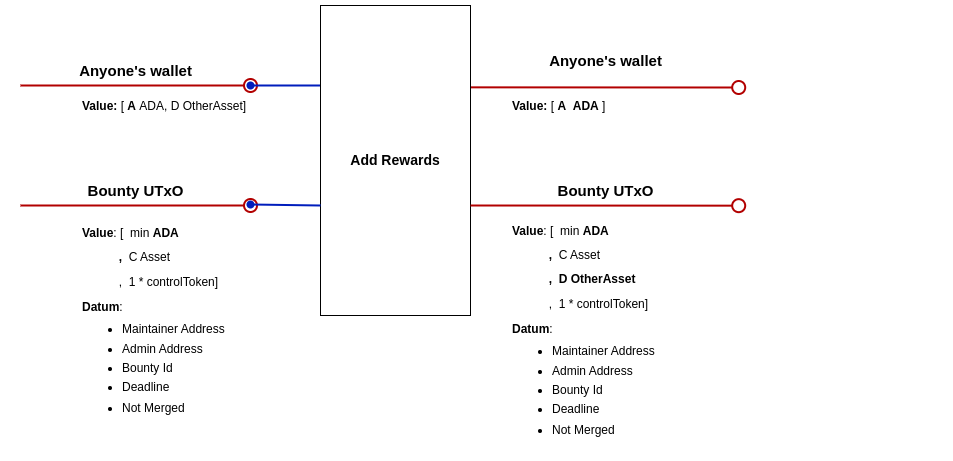
Earlier version of the draw.io export docs/img/addRewards.png (githoney-io/githoney-smart-contract). Source tidied: cells renumbered, new cells last; positions are measured from the earlier drawing's top-left corner, leaving out a move shared by most shapes.
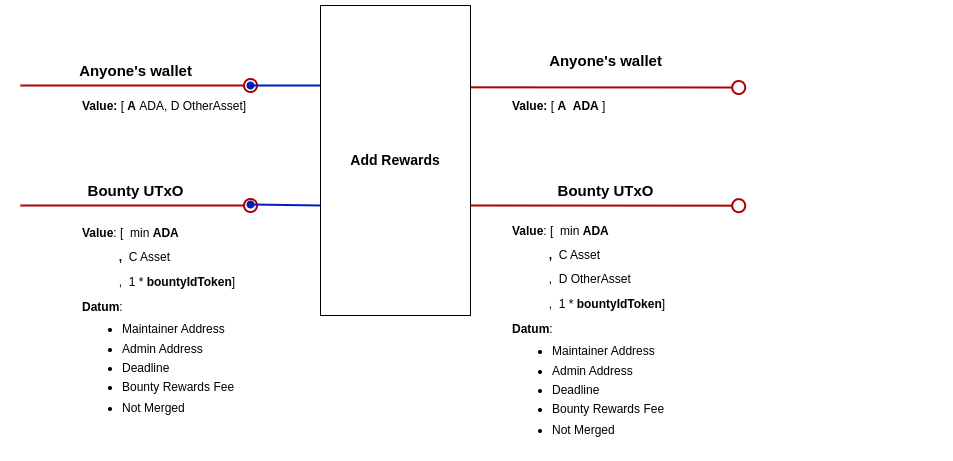
The same diagram one commit later.

Change to the diagram source:
```diff
@@ -41,7 +41,7 @@
         <mxPoint x="718.2" y="200.2" as="targetPoint" />
       </mxGeometry>
     </mxCell>
-    <mxCell id="11" value="&lt;p style=&quot;line-height: 100%;&quot;&gt;&lt;b&gt;Value&lt;/b&gt;: [&amp;nbsp; min&lt;b&gt;&amp;nbsp;ADA&lt;/b&gt;&lt;/p&gt;&lt;p style=&quot;line-height: 100%;&quot;&gt;&lt;b&gt;&lt;span style=&quot;white-space: pre;&quot;&gt;&#9;&lt;/span&gt;&amp;nbsp; &amp;nbsp;,&amp;nbsp; &lt;/b&gt;C Asset&lt;br&gt;&lt;/p&gt;&lt;span style=&quot;background-color: initial;&quot;&gt;&amp;nbsp; &amp;nbsp; &amp;nbsp; &amp;nbsp; &amp;nbsp; &amp;nbsp;,&amp;nbsp; 1 * controlToken&lt;/span&gt;&lt;span style=&quot;background-color: initial;&quot;&gt;]&amp;nbsp;&lt;/span&gt;&lt;div&gt;&lt;p style=&quot;line-height: 100%;&quot;&gt;&lt;b&gt;Datum&lt;/b&gt;:&lt;/p&gt;&lt;ul style=&quot;line-height: 80%;&quot;&gt;&lt;li&gt;Maintainer Address&lt;/li&gt;&lt;br&gt;&lt;li&gt;Admin Address&amp;nbsp; &lt;br&gt;&lt;br&gt;&lt;/li&gt;&lt;li&gt;Bounty Id&lt;br&gt;&amp;nbsp; &amp;nbsp; &amp;nbsp;&lt;/li&gt;&lt;li&gt;Deadline&lt;/li&gt;&lt;/ul&gt;&lt;ul style=&quot;line-height: 80%;&quot;&gt;&lt;li&gt;Not Merged&lt;br&gt;&lt;/li&gt;&lt;/ul&gt;&lt;p&gt;&lt;/p&gt;&lt;/div&gt;" style="text;html=1;strokeColor=none;fillColor=none;align=left;verticalAlign=middle;whiteSpace=wrap;rounded=0;" parent="1" vertex="1">
+    <mxCell id="11" value="&lt;p style=&quot;line-height: 100%;&quot;&gt;&lt;b&gt;Value&lt;/b&gt;: [&amp;nbsp; min&lt;b&gt;&amp;nbsp;ADA&lt;/b&gt;&lt;/p&gt;&lt;p style=&quot;line-height: 100%;&quot;&gt;&lt;b&gt;&lt;span style=&quot;white-space: pre;&quot;&gt;&#9;&lt;/span&gt;&amp;nbsp; &amp;nbsp;,&amp;nbsp; &lt;/b&gt;C Asset&lt;br&gt;&lt;/p&gt;&lt;span style=&quot;background-color: initial;&quot;&gt;&amp;nbsp; &amp;nbsp; &amp;nbsp; &amp;nbsp; &amp;nbsp; &amp;nbsp;,&amp;nbsp; 1 *&amp;nbsp;&lt;/span&gt;&lt;b style=&quot;text-align: center;&quot;&gt;bountyIdToken&lt;/b&gt;&lt;span style=&quot;background-color: initial;&quot;&gt;]&amp;nbsp;&lt;/span&gt;&lt;div&gt;&lt;p style=&quot;line-height: 100%;&quot;&gt;&lt;b&gt;Datum&lt;/b&gt;:&lt;/p&gt;&lt;ul style=&quot;line-height: 80%;&quot;&gt;&lt;li&gt;Maintainer Address&lt;/li&gt;&lt;br&gt;&lt;li&gt;Admin Address&amp;nbsp; &lt;br&gt;&amp;nbsp; &amp;nbsp; &amp;nbsp;&lt;br&gt;&lt;/li&gt;&lt;li&gt;Deadline&lt;br&gt;&lt;br&gt;&lt;/li&gt;&lt;li&gt;Bounty Rewards Fee&lt;/li&gt;&lt;/ul&gt;&lt;ul style=&quot;line-height: 80%;&quot;&gt;&lt;li&gt;Not Merged&lt;br&gt;&lt;/li&gt;&lt;/ul&gt;&lt;p&gt;&lt;/p&gt;&lt;/div&gt;" style="text;html=1;strokeColor=none;fillColor=none;align=left;verticalAlign=middle;whiteSpace=wrap;rounded=0;" parent="1" vertex="1">
       <mxGeometry x="60" y="190" width="437.4" height="250" as="geometry" />
     </mxCell>
     <mxCell id="12" value="&lt;font style=&quot;font-size: 15px;&quot;&gt;&lt;b style=&quot;font-size: 12px;&quot;&gt;&lt;font style=&quot;font-size: 15px;&quot;&gt;Anyone's wallet&lt;/font&gt;&lt;/b&gt;&lt;b&gt;&lt;br&gt;&lt;/b&gt;&lt;/font&gt;" style="text;html=1;align=center;verticalAlign=middle;strokeColor=none;fillColor=none;" parent="1" vertex="1">
@@ -62,7 +62,7 @@
     <mxCell id="15" value="&lt;font style=&quot;font-size: 15px;&quot;&gt;&lt;b&gt;Bounty UTxO&lt;/b&gt;&lt;/font&gt;" style="text;html=1;align=center;verticalAlign=middle;strokeColor=none;fillColor=none;" parent="1" vertex="1">
       <mxGeometry x="55" y="170" width="120" height="30" as="geometry" />
     </mxCell>
-    <mxCell id="16" value="&lt;p style=&quot;line-height: 100%;&quot;&gt;&lt;b&gt;Value&lt;/b&gt;: [&amp;nbsp; min&lt;b&gt;&amp;nbsp;ADA&lt;/b&gt;&lt;/p&gt;&lt;p style=&quot;line-height: 100%;&quot;&gt;&lt;b&gt;&lt;span style=&quot;white-space: pre;&quot;&gt;&#9;&lt;/span&gt;&amp;nbsp; &amp;nbsp;,&amp;nbsp; &lt;/b&gt;C Asset&lt;br&gt;&lt;/p&gt;&lt;p style=&quot;line-height: 100%;&quot;&gt;&lt;b&gt;&lt;span style=&quot;white-space: pre;&quot;&gt;&#9;&lt;/span&gt;&amp;nbsp; &amp;nbsp;,&amp;nbsp;&amp;nbsp;&lt;span style=&quot;background-color: initial;&quot;&gt;D OtherAsset&lt;/span&gt;&lt;br&gt;&lt;/b&gt;&lt;/p&gt;&lt;span style=&quot;background-color: initial;&quot;&gt;&amp;nbsp; &amp;nbsp; &amp;nbsp; &amp;nbsp; &amp;nbsp; &amp;nbsp;,&amp;nbsp; 1 * controlToken&lt;/span&gt;&lt;span style=&quot;background-color: initial;&quot;&gt;]&amp;nbsp;&lt;/span&gt;&lt;div&gt;&lt;p style=&quot;line-height: 100%;&quot;&gt;&lt;b&gt;Datum&lt;/b&gt;:&lt;/p&gt;&lt;ul style=&quot;line-height: 80%;&quot;&gt;&lt;li&gt;Maintainer Address&lt;/li&gt;&lt;br&gt;&lt;li&gt;Admin Address&amp;nbsp; &amp;nbsp; &lt;br&gt;&amp;nbsp;&lt;/li&gt;&lt;li&gt;Bounty Id&lt;br&gt;&amp;nbsp; &amp;nbsp; &amp;nbsp;&lt;/li&gt;&lt;li&gt;Deadline&lt;/li&gt;&lt;/ul&gt;&lt;ul style=&quot;line-height: 80%;&quot;&gt;&lt;li&gt;Not Merged&lt;br&gt;&lt;/li&gt;&lt;/ul&gt;&lt;p&gt;&lt;/p&gt;&lt;/div&gt;" style="text;html=1;strokeColor=none;fillColor=none;align=left;verticalAlign=middle;whiteSpace=wrap;rounded=0;" parent="1" vertex="1">
+    <mxCell id="16" value="&lt;p style=&quot;line-height: 100%;&quot;&gt;&lt;b&gt;Value&lt;/b&gt;: [&amp;nbsp; min&lt;b&gt;&amp;nbsp;ADA&lt;/b&gt;&lt;/p&gt;&lt;p style=&quot;line-height: 100%;&quot;&gt;&lt;b&gt;&lt;span style=&quot;white-space: pre;&quot;&gt;&#9;&lt;/span&gt;&amp;nbsp; &amp;nbsp;,&amp;nbsp; &lt;/b&gt;C Asset&lt;br&gt;&lt;/p&gt;&lt;p style=&quot;line-height: 100%;&quot;&gt;&lt;span style=&quot;white-space: pre;&quot;&gt;&#9;&lt;/span&gt;&amp;nbsp; &amp;nbsp;,&amp;nbsp;&amp;nbsp;&lt;span style=&quot;background-color: initial;&quot;&gt;D OtherAsset&lt;/span&gt;&lt;br&gt;&lt;/p&gt;&lt;span style=&quot;background-color: initial;&quot;&gt;&amp;nbsp; &amp;nbsp; &amp;nbsp; &amp;nbsp; &amp;nbsp; &amp;nbsp;,&amp;nbsp; 1 *&amp;nbsp;&lt;/span&gt;&lt;b style=&quot;text-align: center;&quot;&gt;bountyIdToken&lt;/b&gt;&lt;span style=&quot;background-color: initial;&quot;&gt;]&amp;nbsp;&lt;/span&gt;&lt;div&gt;&lt;p style=&quot;line-height: 100%;&quot;&gt;&lt;b&gt;Datum&lt;/b&gt;:&lt;/p&gt;&lt;ul style=&quot;line-height: 80%;&quot;&gt;&lt;li&gt;Maintainer Address&lt;/li&gt;&lt;br&gt;&lt;li&gt;Admin Address&amp;nbsp; &amp;nbsp; &lt;br&gt;&amp;nbsp; &amp;nbsp; &amp;nbsp;&lt;/li&gt;&lt;li&gt;Deadline&lt;br&gt;&lt;br&gt;&lt;/li&gt;&lt;li&gt;Bounty Rewards Fee&lt;/li&gt;&lt;/ul&gt;&lt;ul style=&quot;line-height: 80%;&quot;&gt;&lt;li&gt;Not Merged&lt;br&gt;&lt;/li&gt;&lt;/ul&gt;&lt;p&gt;&lt;/p&gt;&lt;/div&gt;" style="text;html=1;strokeColor=none;fillColor=none;align=left;verticalAlign=middle;whiteSpace=wrap;rounded=0;" parent="1" vertex="1">
       <mxGeometry x="490" y="200" width="437.4" height="250" as="geometry" />
     </mxCell>
   </root>
```
